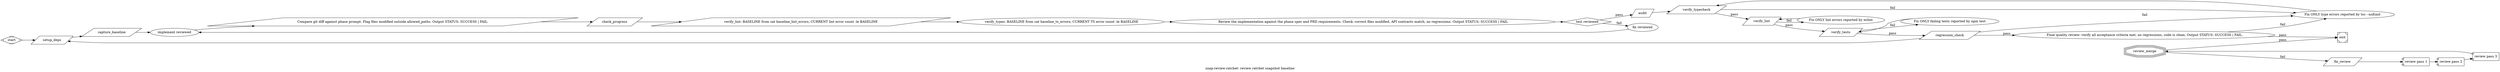
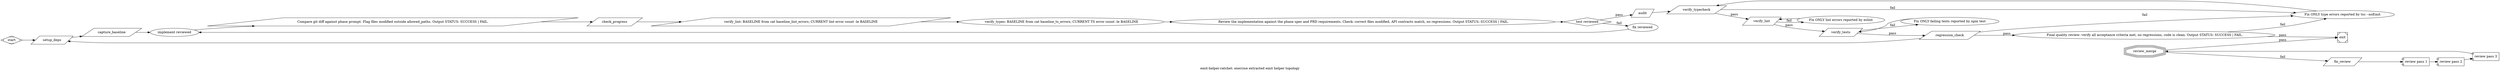
- digraph "snap_review_ratchet" {
-   graph [acceptance_criteria="context.reviewed_done=true", goal="review ratchet snapshot baseline", label="snap-review-ratchet: review ratchet snapshot baseline", rankdir="LR", retry_target="fix_types"]
+ digraph "emit_helper_ratchet" {
+   graph [goal="exercise extracted emit helper topology", label="emit-helper-ratchet: exercise extracted emit helper topology", rankdir="LR", retry_target="fix_types"]
  /* DEFENSE MATRIX
   * competitive: false
   * adversarial: false
   * specDriven: NONE
   * guardrails: P0c, P6b, P10, P13, P14, P15, P25
   * permissions: auto
   */
  start [shape="Mdiamond"]
  setup_deps [label="setup_deps", shape="parallelogram", tool_command="cd ${WORKING_DIR} && npm install 2>&1 || pnpm install 2>&1 || yarn install 2>&1"]
  capture_baseline [label="capture_baseline", read_only="true", shape="parallelogram", tool_command="cd ${WORKING_DIR} && (npx tsc --noEmit 2>&1 | grep -c 'error TS' > /tmp/baseline_ts_errors.txt || echo 0 > /tmp/baseline_ts_errors.txt) && (npx eslint src/ 2>&1 | grep -c 'error' > /tmp/baseline_lint_errors.txt || echo 0 > /tmp/baseline_lint_errors.txt)"]
  // ========== PHASE 1: reviewed ==========
-   impl_reviewed [allowed_paths="src/", class="codergen", escalate_on="package.json,*.lock,*.config.*", label="implement reviewed", max_visits="5", permission_mode="auto", thread_id="phase_1", timeout="10m"]
+   impl_reviewed [allowed_paths="src/reviewed/,tests/reviewed/,__tests__/reviewed/", class="codergen", escalate_on="package.json,*.lock,*.config.*", label="implement reviewed", max_visits="5", permission_mode="auto", thread_id="phase_1", timeout="30m"]
  scope_check_reviewed [class="review", label="Compare git diff against phase prompt. Flag files modified outside allowed_paths. Output STATUS: SUCCESS | FAIL.", read_only="true", shape="parallelogram", thread_id="phase_1"]
  check_progress_reviewed [label="check_progress", max_visits="3", read_only="true", shape="parallelogram", thread_id="phase_1", tool_command="cd ${WORKING_DIR} && [ $(git status --porcelain | wc -l) -gt 0 ] && echo 'STATUS: SUCCESS' || echo 'STATUS: FAIL'"]
  verify_lint_reviewed [label="verify_lint: BASELINE from cat baseline_lint_errors; CURRENT lint error count -le BASELINE", shape="parallelogram", thread_id="phase_1", tool_command="[ $(npx eslint src/ 2>&1 | grep -c error || echo 0) -le $(cat /tmp/baseline_lint_errors.txt 2>/dev/null || echo 0) ]"]
  verify_types_reviewed [label="verify_types: BASELINE from cat baseline_ts_errors; CURRENT TS error count -le BASELINE", thread_id="phase_1", tool_command="[ $(npx tsc --noEmit 2>&1 | grep -c error || echo 0) -le $(cat /tmp/baseline_ts_errors.txt 2>/dev/null || echo 0) ]"]
-   conformance_reviewed [class="review", context_on_success="reviewed_done=true", label="Review the implementation against the phase spec and PRD requirements. Check: correct files modified, API contracts match, no regressions. Output STATUS: SUCCESS | FAIL.", read_only="true", thread_id="phase_1", timeout="15m"]
+   conformance_reviewed [class="review", label="Review the implementation against the phase spec and PRD requirements. Check: correct files modified, API contracts match, no regressions. Output STATUS: SUCCESS | FAIL.", read_only="true", thread_id="phase_1", timeout="15m"]
  test_reviewed [label="test reviewed", max_visits="5", retry_target="impl_reviewed", shape="diamond"]
-   fix_reviewed [allowed_paths="src/", class="codergen", escalate_on="package.json,*.lock,*.config.*", label="fix reviewed", max_visits="5", permission_mode="auto", thread_id="phase_1", timeout="30m"]
+   fix_reviewed [allowed_paths="src/reviewed/,tests/reviewed/,__tests__/reviewed/", class="codergen", escalate_on="package.json,*.lock,*.config.*", label="fix reviewed", max_visits="5", permission_mode="auto", thread_id="phase_1", timeout="30m"]
  audit [label="audit", read_only="true", shape="parallelogram", tool_command="cd ${WORKING_DIR} && (npx tsc --noEmit 2>&1 || true) && (npx eslint src/ --max-warnings=-1 2>&1 || true) && (npm test 2>&1 || true)"]
  verify_typecheck [context_on_success="types_compile=true", label="verify_typecheck", max_visits="5", retry_target="fix_types", shape="parallelogram", timeout="30m", tool_command="cd ${WORKING_DIR} && npx tsc --noEmit"]
-   fix_types [allowed_paths="src/", class="codergen", escalate_on="package.json,*.lock,*.config.*", label="Fix ONLY type errors reported by tsc --noEmit", max_visits="5", permission_mode="auto", timeout="30m"]
+   fix_types [allowed_paths="src/reviewed/,tests/reviewed/,__tests__/reviewed/", class="codergen", escalate_on="package.json,*.lock,*.config.*", label="Fix ONLY type errors reported by tsc --noEmit", max_visits="5", permission_mode="auto", timeout="30m"]
  verify_lint [context_on_success="lint_clean=true", label="verify_lint", max_visits="5", retry_target="fix_lint", shape="parallelogram", timeout="30m", tool_command="cd ${WORKING_DIR} && npx eslint src/ --max-warnings=-1"]
-   fix_lint [allowed_paths="src/", class="codergen", escalate_on="package.json,*.lock,*.config.*", label="Fix ONLY lint errors reported by eslint", max_visits="5", permission_mode="auto", timeout="30m"]
-   verify_tests [context_on_success="cli_contract=true,determinism=true,reviewed_done=true,tests_pass=true,validation_rules=true", label="verify_tests", max_visits="5", retry_target="fix_tests", shape="parallelogram", timeout="30m", tool_command="cd ${WORKING_DIR} && npm test"]
-   fix_tests [allowed_paths="src/", class="codergen", escalate_on="package.json,*.lock,*.config.*", label="Fix ONLY failing tests reported by npm test", max_visits="5", permission_mode="auto", timeout="30m"]
+   fix_lint [allowed_paths="src/reviewed/,tests/reviewed/,__tests__/reviewed/", class="codergen", escalate_on="package.json,*.lock,*.config.*", label="Fix ONLY lint errors reported by eslint", max_visits="5", permission_mode="auto", timeout="30m"]
+   verify_tests [context_on_success="cli_contract=true,determinism=true,tests_pass=true,validation_rules=true", label="verify_tests", max_visits="5", retry_target="fix_tests", shape="parallelogram", timeout="30m", tool_command="cd ${WORKING_DIR} && npm test"]
+   fix_tests [allowed_paths="src/reviewed/,tests/reviewed/,__tests__/reviewed/", class="codergen", escalate_on="package.json,*.lock,*.config.*", label="Fix ONLY failing tests reported by npm test", max_visits="5", permission_mode="auto", timeout="30m"]
  regression_check [label="regression_check", shape="parallelogram", timeout="30m", tool_command="cd ${WORKING_DIR} && npx tsc --noEmit && npx eslint src/ --max-warnings=-1 && npm test"]
  quality_review [class="review", label="Final quality review: verify all acceptance criteria met, no regressions, code is clean. Output STATUS: SUCCESS | FAIL.", read_only="true", timeout="15m"]
  review_pass_1 [label="review pass 1", shape="component"]
  review_pass_2 [label="review pass 2", shape="component"]
  review_pass_3 [label="review pass 3", shape="component"]
  review_merge [label="review_merge", ratchet_count="3", shape="tripleoctagon"]
  fix_review [label="fix_review", shape="parallelogram"]
  exit [label="exit", shape="Msquare"]
  start -> setup_deps
  setup_deps -> capture_baseline
  capture_baseline -> impl_reviewed
  impl_reviewed -> scope_check_reviewed
  scope_check_reviewed -> check_progress_reviewed
  check_progress_reviewed -> verify_lint_reviewed
  verify_lint_reviewed -> verify_types_reviewed
  verify_types_reviewed -> conformance_reviewed
  conformance_reviewed -> test_reviewed
  test_reviewed -> fix_reviewed [condition="outcome=fail", label="fail"]
  fix_reviewed -> impl_reviewed
  test_reviewed -> audit [condition="outcome=success", label="pass"]
  audit -> verify_typecheck
  verify_typecheck -> fix_types [condition="outcome=fail", label="fail"]
  fix_types -> verify_typecheck
  verify_typecheck -> verify_lint [condition="outcome=success", label="pass"]
  verify_lint -> fix_lint [condition="outcome=fail", label="fail"]
  fix_lint -> verify_lint
  verify_lint -> verify_tests [condition="outcome=success", label="pass"]
  verify_tests -> fix_tests [condition="outcome=fail", label="fail"]
  fix_tests -> verify_tests
  verify_tests -> regression_check [condition="outcome=success", label="pass"]
  regression_check -> fix_types [condition="outcome=fail", label="fail"]
  regression_check -> quality_review [condition="outcome=success", label="pass"]
  quality_review -> exit [condition="outcome=success", label="pass"]
  quality_review -> fix_types [condition="outcome=fail", label="fail"]
  regression_check -> setup_deps [loop_restart="true"]
  review_pass_1 -> review_pass_2
  review_pass_2 -> review_pass_3
  review_pass_3 -> review_merge
  review_merge -> exit [condition="outcome=success", label="pass"]
  review_merge -> fix_review [condition="outcome=fail", label="fail"]
  fix_review -> review_pass_1
}